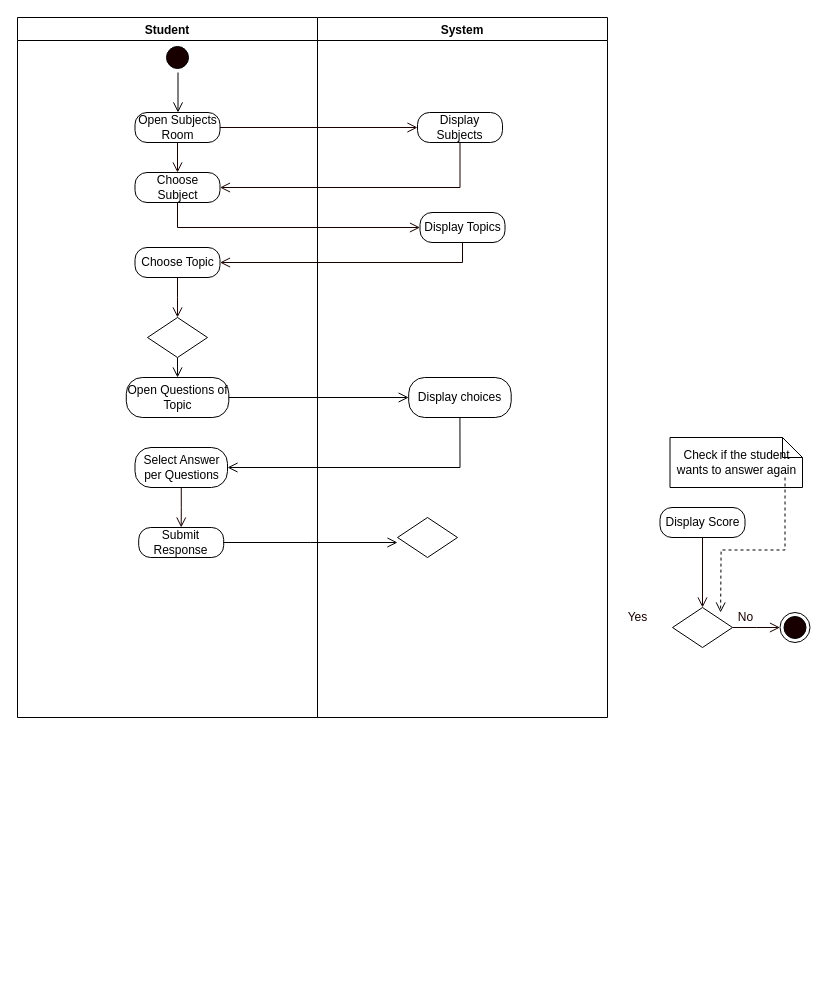
Above: page "Trial Questions" (2 of 10) of REVISIONS 5-29-2021/UML-DIAGRAMS/5-29-2021 Diagrams.drawio in mrklglsn/CAPSTONE-FILES (draw.io), before the change. Source tidied: cells renumbered, new cells numbered last; positions are measured from the earlier drawing's top-left corner, leaving out a move shared by most shapes. Both pictures are drawn from the tidied source at 100%, with x=0, y=0 at pixel (17, 17).
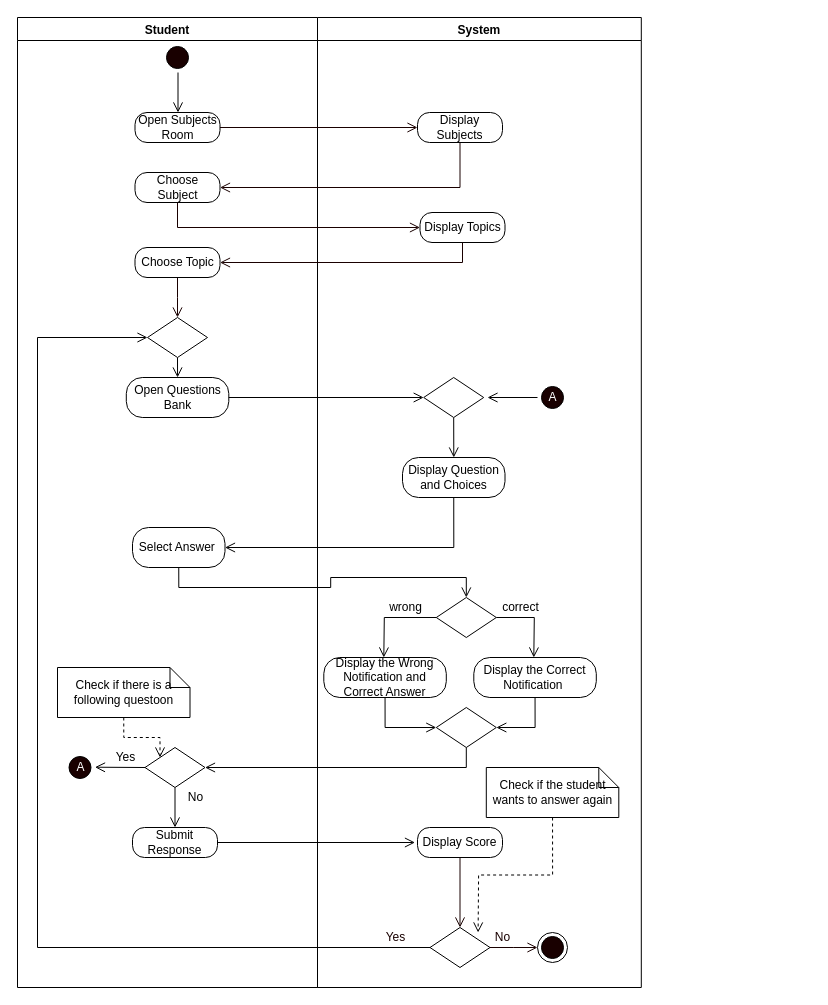
The same page after the edit.

Unchanged cells that the change refers to:
```xml
<mxCell id="5" value="Open Subjects Room" style="rounded=1;whiteSpace=wrap;html=1;arcSize=40;" parent="2" vertex="1">
  <mxGeometry x="117.5" y="95" width="85" height="30" as="geometry" />
</mxCell>
<mxCell id="6" value="Choose Subject" style="rounded=1;whiteSpace=wrap;html=1;arcSize=40;" parent="2" vertex="1">
  <mxGeometry x="117.5" y="155" width="85" height="30" as="geometry" />
</mxCell>
<mxCell id="9" value="Choose Topic" style="rounded=1;whiteSpace=wrap;html=1;arcSize=40;" parent="2" vertex="1">
  <mxGeometry x="117.5" y="230" width="85" height="30" as="geometry" />
</mxCell>
<mxCell id="15" style="rhombus;whiteSpace=wrap;html=1;" parent="2" vertex="1">
  <mxGeometry x="130" y="300" width="60" height="40" as="geometry" />
</mxCell>
<mxCell id="17" value="Display Subjects" style="rounded=1;whiteSpace=wrap;html=1;arcSize=40;" parent="16" vertex="1">
  <mxGeometry x="100" y="95" width="85" height="30" as="geometry" />
</mxCell>
<mxCell id="18" value="Display Topics" style="rounded=1;whiteSpace=wrap;html=1;arcSize=40;" parent="16" vertex="1">
  <mxGeometry x="102.5" y="195" width="85" height="30" as="geometry" />
</mxCell>
```

The edit, as a diff of the source:
```diff
@@
     <mxCell id="2" value="Student" style="swimlane;startSize=23;" parent="1" vertex="1">
-      <mxGeometry width="300" height="700" as="geometry" />
+      <mxGeometry width="300" height="970" as="geometry" />
     </mxCell>
@@
-    <mxCell id="7" style="edgeStyle=none;rounded=0;jettySize=auto;html=1;exitX=0.5;exitY=1;exitDx=0;exitDy=0;entryX=0.5;entryY=0;entryDx=0;entryDy=0;fontColor=#FFFFFF;endArrow=open;endFill=0;endSize=8;strokeColor=#190000;" parent="2" edge="1" source="5" target="6">
-      <mxGeometry relative="1" as="geometry" />
-    </mxCell>
@@
-    <mxCell id="10" value="Open Questions of Topic" style="rounded=1;whiteSpace=wrap;html=1;arcSize=40;" parent="2" vertex="1">
+    <mxCell id="10" value="Open Questions Bank" style="rounded=1;whiteSpace=wrap;html=1;arcSize=40;" parent="2" vertex="1">
       <mxGeometry x="108.8" y="360" width="102.5" height="40" as="geometry" />
     </mxCell>
-    <mxCell id="11" style="edgeStyle=orthogonalEdgeStyle;rounded=0;jettySize=auto;html=1;exitX=0.5;exitY=1;exitDx=0;exitDy=0;entryX=0.5;entryY=0;entryDx=0;entryDy=0;fontColor=#FFFFFF;endArrow=open;endFill=0;endSize=8;strokeColor=#190000;" parent="2" edge="1" source="12" target="13">
-      <mxGeometry relative="1" as="geometry" />
-    </mxCell>
-    <mxCell id="12" value="Select Answer per Questions" style="rounded=1;whiteSpace=wrap;html=1;arcSize=40;" parent="2" vertex="1">
-      <mxGeometry x="117.5" y="430" width="92.5" height="40" as="geometry" />
+    <mxCell id="12" value="Select Answer&amp;nbsp;" style="rounded=1;whiteSpace=wrap;html=1;arcSize=40;" parent="2" vertex="1">
+      <mxGeometry x="115" y="510" width="92.5" height="40" as="geometry" />
     </mxCell>
     <mxCell id="13" value="Submit Response" style="rounded=1;whiteSpace=wrap;html=1;arcSize=40;" parent="2" vertex="1">
-      <mxGeometry x="121.2" y="510" width="85" height="30" as="geometry" />
+      <mxGeometry x="115" y="810" width="85" height="30" as="geometry" />
     </mxCell>
@@
+    <mxCell id="37" style="edgeStyle=orthogonalEdgeStyle;rounded=0;jumpStyle=arc;jumpSize=14;jettySize=auto;html=1;exitX=0.5;exitY=1;exitDx=0;exitDy=0;endArrow=open;endFill=0;startSize=9;endSize=8;" parent="2" edge="1" source="38" target="13">
+      <mxGeometry relative="1" as="geometry" />
+    </mxCell>
+    <mxCell id="38" style="rhombus;whiteSpace=wrap;html=1;" parent="2" vertex="1">
+      <mxGeometry x="127.5" y="730" width="60" height="40" as="geometry" />
+    </mxCell>
+    <mxCell id="39" style="edgeStyle=orthogonalEdgeStyle;rounded=0;jumpStyle=arc;jumpSize=14;jettySize=auto;html=1;exitX=0.5;exitY=1;exitDx=0;exitDy=0;exitPerimeter=0;entryX=0;entryY=0;entryDx=0;entryDy=0;endArrow=open;endFill=0;startSize=9;endSize=8;dashed=1;" parent="2" edge="1" source="40" target="38">
+      <mxGeometry relative="1" as="geometry" />
+    </mxCell>
+    <mxCell id="40" value="Check if there is a following questoon" style="shape=note;size=20;whiteSpace=wrap;html=1;strokeWidth=1;" parent="2" vertex="1">
+      <mxGeometry x="40" y="650" width="132.5" height="50" as="geometry" />
+    </mxCell>
+    <mxCell id="41" value="&lt;font color=&quot;#ffffff&quot;&gt;A&lt;/font&gt;" style="ellipse;html=1;shape=startState;fillColor=#190000;" parent="2" vertex="1">
+      <mxGeometry x="47.5" y="735" width="30" height="30" as="geometry" />
+    </mxCell>
     <mxCell id="16" value="System" style="swimlane;" parent="1" vertex="1">
-      <mxGeometry x="300" width="290" height="700" as="geometry" />
+      <mxGeometry x="300" width="323.8" height="970" as="geometry" />
     </mxCell>
@@
-    <mxCell id="19" value="Display choices" style="rounded=1;whiteSpace=wrap;html=1;arcSize=40;" parent="16" vertex="1">
-      <mxGeometry x="91.2" y="360" width="102.5" height="40" as="geometry" />
+    <mxCell id="19" value="Display Question and Choices" style="rounded=1;whiteSpace=wrap;html=1;arcSize=40;" parent="16" vertex="1">
+      <mxGeometry x="85" y="440" width="102.5" height="40" as="geometry" />
     </mxCell>
-    <mxCell id="20" style="rhombus;whiteSpace=wrap;html=1;" parent="16" vertex="1">
-      <mxGeometry x="80" y="500" width="60" height="40" as="geometry" />
-    </mxCell>
-    <mxCell id="21" style="edgeStyle=orthogonalEdgeStyle;rounded=0;jettySize=auto;html=1;exitX=1;exitY=0.5;exitDx=0;exitDy=0;entryX=0;entryY=0.5;entryDx=0;entryDy=0;fontColor=#FFFFFF;endArrow=open;endFill=0;endSize=8;strokeColor=#190000;" parent="1" edge="1" source="5" target="17">
-      <mxGeometry relative="1" as="geometry" />
-    </mxCell>
-    <mxCell id="22" style="edgeStyle=orthogonalEdgeStyle;rounded=0;jettySize=auto;html=1;exitX=0.5;exitY=1;exitDx=0;exitDy=0;entryX=1;entryY=0.5;entryDx=0;entryDy=0;fontColor=#FFFFFF;endArrow=open;endFill=0;endSize=8;strokeColor=#190000;" parent="1" edge="1" source="17" target="6">
-      <mxGeometry relative="1" as="geometry" />
-    </mxCell>
-    <mxCell id="23" style="edgeStyle=orthogonalEdgeStyle;rounded=0;jettySize=auto;html=1;exitX=0.5;exitY=1;exitDx=0;exitDy=0;entryX=0;entryY=0.5;entryDx=0;entryDy=0;fontColor=#FFFFFF;endArrow=open;endFill=0;endSize=8;strokeColor=#190000;" parent="1" edge="1" source="6" target="18">
-      <mxGeometry relative="1" as="geometry" />
-    </mxCell>
-    <mxCell id="24" style="edgeStyle=orthogonalEdgeStyle;rounded=0;jettySize=auto;html=1;exitX=0.5;exitY=1;exitDx=0;exitDy=0;entryX=1;entryY=0.5;entryDx=0;entryDy=0;fontColor=#FFFFFF;endArrow=open;endFill=0;endSize=8;strokeColor=#190000;" parent="1" edge="1" source="18" target="9">
-      <mxGeometry relative="1" as="geometry" />
-    </mxCell>
-    <mxCell id="25" style="edgeStyle=orthogonalEdgeStyle;rounded=0;jettySize=auto;html=1;exitX=0.5;exitY=1;exitDx=0;exitDy=0;entryX=0.5;entryY=0;entryDx=0;entryDy=0;fontColor=#FFFFFF;endArrow=open;endFill=0;endSize=8;strokeColor=#190000;" parent="1" edge="1" source="26" target="27">
-      <mxGeometry relative="1" as="geometry" />
-    </mxCell>
+    <mxCell id="42" style="rhombus;whiteSpace=wrap;html=1;" parent="16" vertex="1">
+      <mxGeometry x="118.8" y="580" width="60" height="40" as="geometry" />
+    </mxCell>
+    <mxCell id="43" style="edgeStyle=orthogonalEdgeStyle;rounded=0;jumpStyle=arc;jumpSize=14;jettySize=auto;html=1;exitX=0.5;exitY=1;exitDx=0;exitDy=0;entryX=1;entryY=0.5;entryDx=0;entryDy=0;endArrow=open;endFill=0;startSize=9;endSize=8;" parent="16" edge="1" source="44" target="47">
+      <mxGeometry relative="1" as="geometry" />
+    </mxCell>
+    <mxCell id="44" value="Display the Correct Notification&amp;nbsp;" style="rounded=1;whiteSpace=wrap;html=1;arcSize=40;" parent="16" vertex="1">
+      <mxGeometry x="156.3" y="640" width="122.5" height="40" as="geometry" />
+    </mxCell>
+    <mxCell id="45" style="edgeStyle=orthogonalEdgeStyle;rounded=0;jumpStyle=arc;jumpSize=14;jettySize=auto;html=1;exitX=0.5;exitY=1;exitDx=0;exitDy=0;entryX=0;entryY=0.5;entryDx=0;entryDy=0;endArrow=open;endFill=0;startSize=9;endSize=8;" parent="16" edge="1" source="46" target="47">
+      <mxGeometry relative="1" as="geometry" />
+    </mxCell>
+    <mxCell id="46" value="Display the Wrong Notification and Correct Answer" style="rounded=1;whiteSpace=wrap;html=1;arcSize=40;" parent="16" vertex="1">
+      <mxGeometry x="6.3" y="640" width="122.5" height="40" as="geometry" />
+    </mxCell>
+    <mxCell id="47" style="rhombus;whiteSpace=wrap;html=1;" parent="16" vertex="1">
+      <mxGeometry x="118.8" y="690" width="60" height="40" as="geometry" />
+    </mxCell>
+    <mxCell id="48" value="correct" style="text;html=1;align=center;verticalAlign=middle;strokeColor=none;" parent="16" vertex="1">
+      <mxGeometry x="177.5" y="580" width="50" height="20" as="geometry" />
+    </mxCell>
+    <mxCell id="49" style="edgeStyle=orthogonalEdgeStyle;rounded=0;jumpStyle=arc;jumpSize=14;jettySize=auto;html=1;exitX=0;exitY=0.5;exitDx=0;exitDy=0;endArrow=open;endFill=0;startSize=9;endSize=8;" parent="16" edge="1" source="50">
+      <mxGeometry relative="1" as="geometry">
+        <mxPoint x="170" y="380" as="targetPoint" />
+      </mxGeometry>
+    </mxCell>
+    <mxCell id="50" value="&lt;font color=&quot;#ffffff&quot;&gt;A&lt;/font&gt;" style="ellipse;html=1;shape=startState;fillColor=#190000;" parent="16" vertex="1">
+      <mxGeometry x="220" y="365" width="30" height="30" as="geometry" />
+    </mxCell>
-    <mxCell id="26" value="Display Score" style="rounded=1;whiteSpace=wrap;html=1;arcSize=40;" parent="1" vertex="1">
-      <mxGeometry x="642.5" y="490" width="85" height="30" as="geometry" />
+    <mxCell id="26" value="Display Score" style="rounded=1;whiteSpace=wrap;html=1;arcSize=40;" parent="16" vertex="1">
+      <mxGeometry x="100" y="810" width="85" height="30" as="geometry" />
     </mxCell>
-    <mxCell id="27" style="rhombus;whiteSpace=wrap;html=1;" parent="1" vertex="1">
-      <mxGeometry x="655" y="590" width="60" height="40" as="geometry" />
+    <mxCell id="27" style="rhombus;whiteSpace=wrap;html=1;" parent="16" vertex="1">
+      <mxGeometry x="112.5" y="910" width="60" height="40" as="geometry" />
     </mxCell>
+    <mxCell id="25" style="edgeStyle=orthogonalEdgeStyle;rounded=0;jettySize=auto;html=1;exitX=0.5;exitY=1;exitDx=0;exitDy=0;entryX=0.5;entryY=0;entryDx=0;entryDy=0;fontColor=#FFFFFF;endArrow=open;endFill=0;endSize=8;strokeColor=#190000;" parent="16" edge="1" source="26" target="27">
+      <mxGeometry relative="1" as="geometry" />
+    </mxCell>
-    <mxCell id="28" style="ellipse;html=1;shape=endState;fillColor=#190000;" parent="1" vertex="1">
-      <mxGeometry x="762.5" y="595" width="30" height="30" as="geometry" />
+    <mxCell id="28" style="ellipse;html=1;shape=endState;fillColor=#190000;" parent="16" vertex="1">
+      <mxGeometry x="220" y="915" width="30" height="30" as="geometry" />
     </mxCell>
-    <mxCell id="29" value="&lt;font color=&quot;#190000&quot;&gt;Yes&lt;/font&gt;" style="text;html=1;align=center;verticalAlign=middle;strokeColor=none;fontColor=#FFFFFF;" parent="1" vertex="1">
-      <mxGeometry x="600" y="590" width="40" height="20" as="geometry" />
+    <mxCell id="29" value="&lt;font color=&quot;#190000&quot;&gt;Yes&lt;/font&gt;" style="text;html=1;align=center;verticalAlign=middle;strokeColor=none;fontColor=#FFFFFF;" parent="16" vertex="1">
+      <mxGeometry x="57.5" y="910" width="40" height="20" as="geometry" />
     </mxCell>
-    <mxCell id="30" value="&lt;font color=&quot;#190000&quot;&gt;No&lt;/font&gt;" style="text;html=1;align=center;verticalAlign=middle;strokeColor=none;fontColor=#FFFFFF;" parent="1" vertex="1">
-      <mxGeometry x="712.5" y="590" width="30" height="20" as="geometry" />
+    <mxCell id="30" value="&lt;font color=&quot;#190000&quot;&gt;No&lt;/font&gt;" style="text;html=1;align=center;verticalAlign=middle;strokeColor=none;fontColor=#FFFFFF;" parent="16" vertex="1">
+      <mxGeometry x="170" y="910" width="30" height="20" as="geometry" />
     </mxCell>
-    <mxCell id="31" value="Check if the student wants to answer again" style="shape=note;size=20;whiteSpace=wrap;html=1;strokeWidth=1;" parent="1" vertex="1">
-      <mxGeometry x="652.5" y="420" width="132.5" height="50" as="geometry" />
+    <mxCell id="31" value="Check if the student wants to answer again" style="shape=note;size=20;whiteSpace=wrap;html=1;strokeWidth=1;" parent="16" vertex="1">
+      <mxGeometry x="168.8" y="750" width="132.5" height="50" as="geometry" />
     </mxCell>
-    <mxCell id="32" style="edgeStyle=orthogonalEdgeStyle;rounded=0;jumpStyle=arc;jumpSize=11;jettySize=auto;html=1;endArrow=open;endFill=0;endSize=8;dashed=1;entryX=0;entryY=0;entryDx=0;entryDy=0;exitX=0;exitY=0;exitDx=115.03;exitDy=40;exitPerimeter=0;" parent="1" edge="1" source="31">
+    <mxCell id="32" style="edgeStyle=orthogonalEdgeStyle;rounded=0;jumpStyle=arc;jumpSize=11;jettySize=auto;html=1;endArrow=open;endFill=0;endSize=8;dashed=1;entryX=0;entryY=0;entryDx=0;entryDy=0;exitX=0.5;exitY=1;exitDx=0;exitDy=0;exitPerimeter=0;" parent="16" edge="1" source="31">
       <mxGeometry relative="1" as="geometry">
-        <mxPoint x="703.1" y="595" as="targetPoint" />
+        <mxPoint x="160.6" y="915" as="targetPoint" />
       </mxGeometry>
     </mxCell>
-    <mxCell id="33" style="edgeStyle=orthogonalEdgeStyle;rounded=0;jettySize=auto;html=1;exitX=1;exitY=0.5;exitDx=0;exitDy=0;fontColor=#FFFFFF;endArrow=open;endFill=0;endSize=8;strokeColor=#190000;" parent="1" edge="1" source="27">
+    <mxCell id="33" style="edgeStyle=orthogonalEdgeStyle;rounded=0;jettySize=auto;html=1;exitX=1;exitY=0.5;exitDx=0;exitDy=0;fontColor=#FFFFFF;endArrow=open;endFill=0;endSize=8;strokeColor=#190000;" parent="16" edge="1" source="27">
       <mxGeometry relative="1" as="geometry">
-        <mxPoint x="762.5" y="610" as="targetPoint" />
+        <mxPoint x="220" y="930" as="targetPoint" />
       </mxGeometry>
     </mxCell>
-    <mxCell id="34" style="edgeStyle=orthogonalEdgeStyle;rounded=0;jettySize=auto;html=1;exitX=1;exitY=0.5;exitDx=0;exitDy=0;endArrow=open;endFill=0;endSize=8;" parent="1" edge="1" source="10" target="19">
-      <mxGeometry relative="1" as="geometry" />
-    </mxCell>
+    <mxCell id="21" style="edgeStyle=orthogonalEdgeStyle;rounded=0;jettySize=auto;html=1;exitX=1;exitY=0.5;exitDx=0;exitDy=0;entryX=0;entryY=0.5;entryDx=0;entryDy=0;fontColor=#FFFFFF;endArrow=open;endFill=0;endSize=8;strokeColor=#190000;" parent="1" edge="1" source="5" target="17">
+      <mxGeometry relative="1" as="geometry" />
+    </mxCell>
+    <mxCell id="22" style="edgeStyle=orthogonalEdgeStyle;rounded=0;jettySize=auto;html=1;exitX=0.5;exitY=1;exitDx=0;exitDy=0;entryX=1;entryY=0.5;entryDx=0;entryDy=0;fontColor=#FFFFFF;endArrow=open;endFill=0;endSize=8;strokeColor=#190000;" parent="1" edge="1" source="17" target="6">
+      <mxGeometry relative="1" as="geometry" />
+    </mxCell>
+    <mxCell id="23" style="edgeStyle=orthogonalEdgeStyle;rounded=0;jettySize=auto;html=1;exitX=0.5;exitY=1;exitDx=0;exitDy=0;entryX=0;entryY=0.5;entryDx=0;entryDy=0;fontColor=#FFFFFF;endArrow=open;endFill=0;endSize=8;strokeColor=#190000;" parent="1" edge="1" source="6" target="18">
+      <mxGeometry relative="1" as="geometry" />
+    </mxCell>
+    <mxCell id="24" style="edgeStyle=orthogonalEdgeStyle;rounded=0;jettySize=auto;html=1;exitX=0.5;exitY=1;exitDx=0;exitDy=0;entryX=1;entryY=0.5;entryDx=0;entryDy=0;fontColor=#FFFFFF;endArrow=open;endFill=0;endSize=8;strokeColor=#190000;" parent="1" edge="1" source="18" target="9">
+      <mxGeometry relative="1" as="geometry" />
+    </mxCell>
@@
-    <mxCell id="36" style="edgeStyle=orthogonalEdgeStyle;rounded=0;jettySize=auto;html=1;exitX=1;exitY=0.5;exitDx=0;exitDy=0;endArrow=open;endFill=0;endSize=8;" parent="1" edge="1" source="13">
-      <mxGeometry relative="1" as="geometry">
-        <mxPoint x="380" y="525" as="targetPoint" />
-      </mxGeometry>
-    </mxCell>
+    <mxCell id="51" style="edgeStyle=orthogonalEdgeStyle;rounded=0;jumpStyle=arc;jumpSize=14;jettySize=auto;html=1;exitX=0.5;exitY=1;exitDx=0;exitDy=0;endArrow=open;endFill=0;startSize=9;endSize=8;" parent="1" edge="1" source="12" target="42">
+      <mxGeometry relative="1" as="geometry" />
+    </mxCell>
+    <mxCell id="52" style="edgeStyle=orthogonalEdgeStyle;rounded=0;jumpStyle=arc;jumpSize=14;jettySize=auto;html=1;exitX=0;exitY=0.5;exitDx=0;exitDy=0;endArrow=open;endFill=0;startSize=9;endSize=8;" parent="1" edge="1" source="42">
+      <mxGeometry relative="1" as="geometry">
+        <mxPoint x="366.3" y="640" as="targetPoint" />
+      </mxGeometry>
+    </mxCell>
+    <mxCell id="53" style="edgeStyle=orthogonalEdgeStyle;rounded=0;jumpStyle=arc;jumpSize=14;jettySize=auto;html=1;exitX=1;exitY=0.5;exitDx=0;exitDy=0;endArrow=open;endFill=0;startSize=9;endSize=8;" parent="1" edge="1" source="42">
+      <mxGeometry relative="1" as="geometry">
+        <mxPoint x="516.3" y="640" as="targetPoint" />
+      </mxGeometry>
+    </mxCell>
+    <mxCell id="54" style="edgeStyle=orthogonalEdgeStyle;rounded=0;jumpStyle=arc;jumpSize=14;jettySize=auto;html=1;exitX=0.5;exitY=1;exitDx=0;exitDy=0;entryX=1;entryY=0.5;entryDx=0;entryDy=0;endArrow=open;endFill=0;startSize=9;endSize=8;" parent="1" edge="1" source="47" target="38">
+      <mxGeometry relative="1" as="geometry" />
+    </mxCell>
+    <mxCell id="55" style="edgeStyle=orthogonalEdgeStyle;rounded=0;jumpStyle=arc;jumpSize=14;jettySize=auto;html=1;exitX=0;exitY=0.5;exitDx=0;exitDy=0;endArrow=open;endFill=0;startSize=9;endSize=8;" parent="1" edge="1" source="38">
+      <mxGeometry relative="1" as="geometry">
+        <mxPoint x="77.5" y="749.7" as="targetPoint" />
+      </mxGeometry>
+    </mxCell>
+    <mxCell id="56" value="wrong" style="text;html=1;align=center;verticalAlign=middle;strokeColor=none;" parent="1" vertex="1">
+      <mxGeometry x="362.5" y="580" width="50" height="20" as="geometry" />
+    </mxCell>
+    <mxCell id="57" value="Yes" style="text;html=1;align=center;verticalAlign=middle;strokeColor=none;" parent="1" vertex="1">
+      <mxGeometry x="87.5" y="730" width="40" height="20" as="geometry" />
+    </mxCell>
+    <mxCell id="58" value="No" style="text;html=1;align=center;verticalAlign=middle;strokeColor=none;" parent="1" vertex="1">
+      <mxGeometry x="162.5" y="770" width="30" height="20" as="geometry" />
+    </mxCell>
+    <mxCell id="59" style="edgeStyle=orthogonalEdgeStyle;rounded=0;jumpStyle=arc;jumpSize=14;jettySize=auto;html=1;exitX=1;exitY=0.5;exitDx=0;exitDy=0;endArrow=open;endFill=0;startSize=9;endSize=8;" parent="1" edge="1" source="13">
+      <mxGeometry relative="1" as="geometry">
+        <mxPoint x="397.5" y="825" as="targetPoint" />
+      </mxGeometry>
+    </mxCell>
+    <mxCell id="60" style="edgeStyle=orthogonalEdgeStyle;rounded=0;jumpStyle=arc;jumpSize=14;jettySize=auto;html=1;exitX=0;exitY=0.5;exitDx=0;exitDy=0;entryX=0;entryY=0.5;entryDx=0;entryDy=0;endArrow=open;endFill=0;startSize=9;endSize=8;" parent="1" edge="1" source="27" target="15">
+      <mxGeometry relative="1" as="geometry">
+        <Array as="points">
+          <mxPoint x="20" y="930" />
+          <mxPoint x="20" y="320" />
+        </Array>
+      </mxGeometry>
+    </mxCell>
+    <mxCell id="61" style="edgeStyle=orthogonalEdgeStyle;rounded=0;jumpStyle=arc;jumpSize=14;jettySize=auto;html=1;exitX=0.5;exitY=1;exitDx=0;exitDy=0;endArrow=open;endFill=0;startSize=9;endSize=8;" parent="1" edge="1" source="62" target="19">
+      <mxGeometry relative="1" as="geometry" />
+    </mxCell>
+    <mxCell id="62" style="rhombus;whiteSpace=wrap;html=1;" parent="1" vertex="1">
+      <mxGeometry x="406.2" y="360" width="60" height="40" as="geometry" />
+    </mxCell>
+    <mxCell id="63" style="edgeStyle=orthogonalEdgeStyle;rounded=0;jettySize=auto;html=1;exitX=1;exitY=0.5;exitDx=0;exitDy=0;endArrow=open;endFill=0;endSize=8;" parent="1" edge="1" source="10" target="62">
+      <mxGeometry relative="1" as="geometry" />
+    </mxCell>
```
